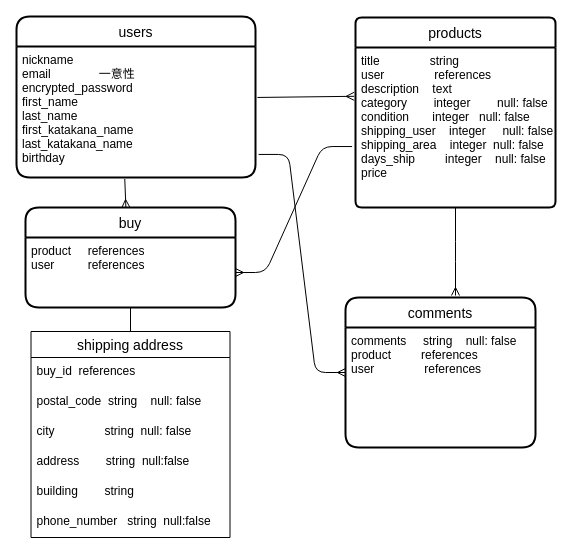
This is test.dio from yuki2216/furima-33468, a draw.io file, before an edit. Source tidied: cells renumbered, new cells numbered last; positions are measured from the earlier drawing's top-left corner, leaving out a move shared by most shapes. Both pictures are drawn from the tidied source at 100%, with x=0, y=0 at pixel (16, 16).
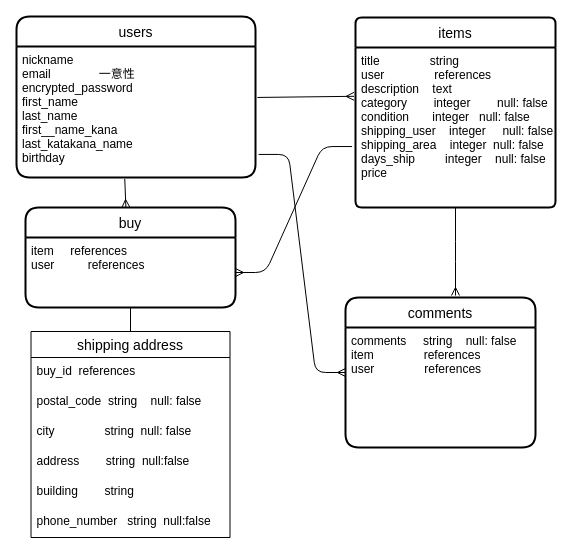
The same page after the edit.

Unchanged cells that the change refers to:
```xml
<mxCell id="2" value="users" style="swimlane;horizontal=1;startSize=30;rounded=1;fontSize=14;fontStyle=0;strokeWidth=2;shadow=0;dashed=0;align=center;" parent="1" vertex="1">
  <mxGeometry width="239" height="161" as="geometry" />
</mxCell>
<mxCell id="6" value="comments" style="swimlane;horizontal=1;startSize=30;rounded=1;fontSize=14;fontStyle=0;strokeWidth=2;shadow=0;dashed=0;align=center;" parent="1" vertex="1">
  <mxGeometry x="329" y="281" width="190" height="150" as="geometry" />
</mxCell>
<mxCell id="8" value="buy" style="swimlane;horizontal=1;startSize=30;rounded=1;fontSize=14;fontStyle=0;strokeWidth=2;shadow=0;dashed=0;align=center;" parent="1" vertex="1">
  <mxGeometry x="9" y="191" width="210" height="100" as="geometry" />
</mxCell>
```

Diff of the diagram source:
```diff
@@
-    <mxCell id="3" value="nickname&#10;email　　　　一意性　　　&#10;encrypted_password&#10;first_name  &#10;last_name          &#10;first_katakana_name&#10;last_katakana_name&#10;birthday       " style="align=left;strokeColor=none;fillColor=none;spacingLeft=4;fontSize=12;verticalAlign=top;" parent="2" vertex="1">
+    <mxCell id="3" value="nickname&#10;email　　　　一意性　　　&#10;encrypted_password&#10;first_name  &#10;last_name          &#10;first__name_kana&#10;last_katakana_name&#10;birthday       " style="align=left;strokeColor=none;fillColor=none;spacingLeft=4;fontSize=12;verticalAlign=top;fontStyle=0;" parent="2" vertex="1">
       <mxGeometry y="30" width="239" height="131" as="geometry" />
     </mxCell>
-    <mxCell id="4" value="products" style="swimlane;horizontal=1;startSize=30;rounded=1;fontSize=14;fontStyle=0;strokeWidth=2;shadow=0;dashed=0;align=center;arcSize=7;" parent="1" vertex="1">
+    <mxCell id="4" value="items" style="swimlane;horizontal=1;startSize=30;rounded=1;fontSize=14;fontStyle=0;strokeWidth=2;shadow=0;dashed=0;align=center;arcSize=7;" parent="1" vertex="1">
       <mxGeometry x="339" y="1" width="200" height="190" as="geometry" />
     </mxCell>
@@
-    <mxCell id="7" value="comments     string    null: false&#10;product         references&#10;user               references " style="align=left;strokeColor=none;fillColor=none;spacingLeft=4;fontSize=12;verticalAlign=top;" parent="6" vertex="1">
+    <mxCell id="7" value="comments     string    null: false&#10;item               references&#10;user               references " style="align=left;strokeColor=none;fillColor=none;spacingLeft=4;fontSize=12;verticalAlign=top;" parent="6" vertex="1">
       <mxGeometry y="30" width="190" height="120" as="geometry" />
     </mxCell>
@@
-    <mxCell id="9" value="product     references             &#10;user          references " style="align=left;strokeColor=none;fillColor=none;spacingLeft=4;fontSize=12;verticalAlign=top;fontStyle=0;" parent="8" vertex="1">
+    <mxCell id="9" value="item     references             &#10;user          references " style="align=left;strokeColor=none;fillColor=none;spacingLeft=4;fontSize=12;verticalAlign=top;fontStyle=0;" parent="8" vertex="1">
       <mxGeometry y="30" width="210" height="70" as="geometry" />
     </mxCell>
```
